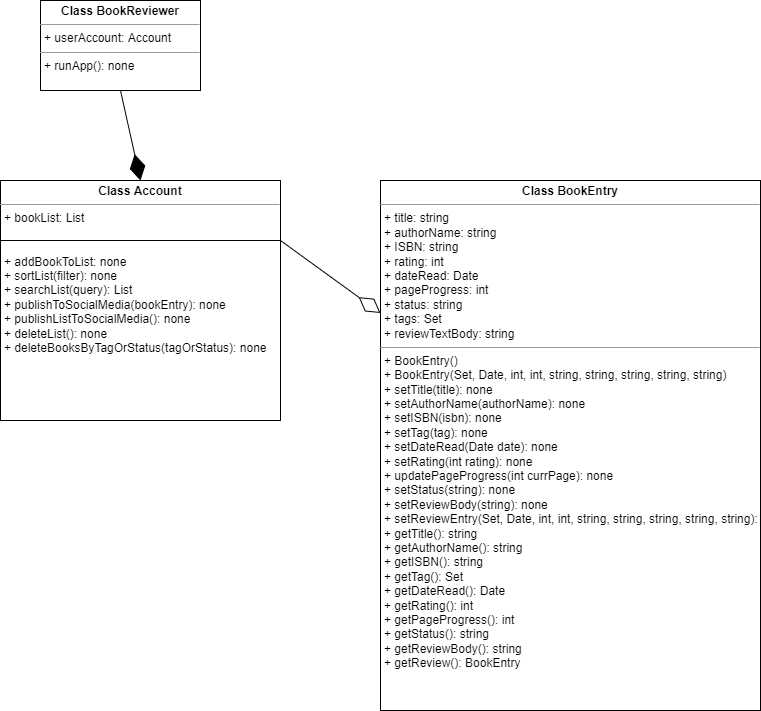
cse110-fa22-group13/cse110-fa22-group13 keeps this draw.io diagram as specs/system diagrams/inheritance.drawio.png. Above is the earlier version. Source tidied: cells renumbered, new cells last; positions are measured from the earlier drawing's top-left corner, leaving out a move shared by most shapes.
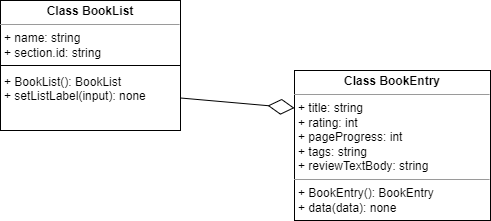
After the commit.

Commit message:
Add more documentation, fix diagrams, code clean up

Diff of the diagram source:
```diff
@@ -2,22 +2,16 @@
   <root>
     <mxCell id="0" />
     <mxCell id="1" parent="0" />
-    <mxCell id="2" value="&lt;p style=&quot;margin: 0px ; margin-top: 4px ; text-align: center&quot;&gt;&lt;b&gt;Class Account&lt;/b&gt;&lt;/p&gt;&lt;hr size=&quot;1&quot;&gt;&lt;p style=&quot;margin: 0px ; margin-left: 4px&quot;&gt;+ bookList: List&lt;br&gt;&lt;br&gt;&lt;/p&gt;&lt;p style=&quot;margin: 0px ; margin-left: 4px&quot;&gt;&lt;/p&gt;&lt;p style=&quot;margin: 0px ; margin-left: 4px&quot;&gt;&lt;span&gt;&lt;br&gt;+ addBookToList: none&lt;/span&gt;&lt;br&gt;&lt;/p&gt;&lt;p style=&quot;margin: 0px ; margin-left: 4px&quot;&gt;+ sortList(filter): none&lt;/p&gt;&lt;p style=&quot;margin: 0px ; margin-left: 4px&quot;&gt;+ searchList(query): List&lt;/p&gt;&lt;p style=&quot;margin: 0px ; margin-left: 4px&quot;&gt;+ publishToSocialMedia(bookEntry): none&lt;/p&gt;&lt;p style=&quot;margin: 0px ; margin-left: 4px&quot;&gt;+ publishListToSocialMedia(): none&lt;/p&gt;&lt;p style=&quot;margin: 0px ; margin-left: 4px&quot;&gt;+ deleteList(): none&lt;/p&gt;&lt;p style=&quot;margin: 0px ; margin-left: 4px&quot;&gt;+ deleteBooksByTagOrStatus(tagOrStatus): none&lt;/p&gt;" style="verticalAlign=top;align=left;overflow=fill;fontSize=12;fontFamily=Helvetica;html=1;" parent="1" vertex="1">
-      <mxGeometry y="180" width="280" height="240" as="geometry" />
+    <mxCell id="2" value="&lt;p style=&quot;margin: 0px ; margin-top: 4px ; text-align: center&quot;&gt;&lt;b&gt;Class BookList&lt;/b&gt;&lt;/p&gt;&lt;hr size=&quot;1&quot;&gt;&lt;p style=&quot;margin: 0px ; margin-left: 4px&quot;&gt;+ name: string&lt;br&gt;+ section.id: string&lt;br&gt;&lt;br&gt;&lt;/p&gt;&lt;p style=&quot;margin: 0px ; margin-left: 4px&quot;&gt;&lt;/p&gt;&lt;p style=&quot;margin: 0px ; margin-left: 4px&quot;&gt;&lt;span&gt;+ BookList(): BookList&lt;/span&gt;&lt;br&gt;&lt;/p&gt;&lt;p style=&quot;margin: 0px ; margin-left: 4px&quot;&gt;+ setListLabel(input): none&lt;span&gt;&lt;br&gt;&lt;/span&gt;&lt;/p&gt;&lt;p style=&quot;margin: 0px ; margin-left: 4px&quot;&gt;&lt;br&gt;&lt;/p&gt;" style="verticalAlign=top;align=left;overflow=fill;fontSize=12;fontFamily=Helvetica;html=1;" parent="1" vertex="1">
+      <mxGeometry x="80" y="120" width="180" height="130" as="geometry" />
     </mxCell>
-    <mxCell id="3" value="&lt;p style=&quot;margin: 4px 0px 0px ; text-align: center&quot;&gt;&lt;b&gt;Class BookEntry&lt;/b&gt;&lt;/p&gt;&lt;hr size=&quot;1&quot;&gt;&lt;p style=&quot;margin: 0px 0px 0px 4px&quot;&gt;+ title: string&lt;/p&gt;&lt;p style=&quot;margin: 0px 0px 0px 4px&quot;&gt;+ authorName: string&lt;/p&gt;&lt;p style=&quot;margin: 0px 0px 0px 4px&quot;&gt;+ ISBN: string&lt;/p&gt;&lt;p style=&quot;margin: 0px 0px 0px 4px&quot;&gt;+ rating: int&lt;/p&gt;&lt;p style=&quot;margin: 0px 0px 0px 4px&quot;&gt;+ dateRead: Date&lt;/p&gt;&lt;p style=&quot;margin: 0px 0px 0px 4px&quot;&gt;+ pageProgress: int&lt;/p&gt;&lt;p style=&quot;margin: 0px 0px 0px 4px&quot;&gt;+ status: string&lt;/p&gt;&lt;p style=&quot;margin: 0px 0px 0px 4px&quot;&gt;+ tags: Set&lt;br&gt;+ reviewTextBody: string&lt;/p&gt;&lt;hr size=&quot;1&quot;&gt;&lt;p style=&quot;margin: 0px 0px 0px 4px&quot;&gt;+ BookEntry()&lt;/p&gt;&lt;p style=&quot;margin: 0px 0px 0px 4px&quot;&gt;+ BookEntry(Set, Date, int, int, string, string, string, string, string)&lt;br&gt;&lt;/p&gt;&lt;p style=&quot;margin: 0px 0px 0px 4px&quot;&gt;+ setTitle(title): none&lt;/p&gt;&lt;p style=&quot;margin: 0px 0px 0px 4px&quot;&gt;+ setAuthorName(authorName): none&lt;/p&gt;&lt;p style=&quot;margin: 0px 0px 0px 4px&quot;&gt;+ setISBN(isbn): none&lt;/p&gt;&lt;p style=&quot;margin: 0px 0px 0px 4px&quot;&gt;+ setTag(tag): none&lt;br&gt;&lt;/p&gt;&lt;p style=&quot;margin: 0px 0px 0px 4px&quot;&gt;+ setDateRead(Date date): none&lt;br&gt;+ setRating(int rating): none&lt;br&gt;&lt;/p&gt;&lt;p style=&quot;margin: 0px 0px 0px 4px&quot;&gt;+ updatePageProgress(int currPage): none&lt;br&gt;&lt;/p&gt;&lt;p style=&quot;margin: 0px 0px 0px 4px&quot;&gt;+ setStatus(string): none&lt;/p&gt;&lt;p style=&quot;margin: 0px 0px 0px 4px&quot;&gt;+ setReviewBody(string): none&lt;/p&gt;&lt;p style=&quot;margin: 0px 0px 0px 4px&quot;&gt;+ setReviewEntry(Set, Date, int, int, string, string, string, string, string): none&lt;/p&gt;&lt;p style=&quot;margin: 0px 0px 0px 4px&quot;&gt;+ getTitle(): string&lt;/p&gt;&lt;p style=&quot;margin: 0px 0px 0px 4px&quot;&gt;+ getAuthorName(): string&lt;/p&gt;&lt;p style=&quot;margin: 0px 0px 0px 4px&quot;&gt;+ getISBN(): string&lt;/p&gt;&lt;p style=&quot;margin: 0px 0px 0px 4px&quot;&gt;+ getTag(): Set&lt;/p&gt;&lt;p style=&quot;margin: 0px 0px 0px 4px&quot;&gt;+ getDateRead(): Date&lt;/p&gt;&lt;p style=&quot;margin: 0px 0px 0px 4px&quot;&gt;+ getRating(): int&lt;/p&gt;&lt;p style=&quot;margin: 0px 0px 0px 4px&quot;&gt;+ getPageProgress(): int&lt;/p&gt;&lt;p style=&quot;margin: 0px 0px 0px 4px&quot;&gt;+ getStatus(): string&lt;br&gt;&lt;/p&gt;&lt;p style=&quot;margin: 0px 0px 0px 4px&quot;&gt;+ getReviewBody(): string&lt;br&gt;&lt;/p&gt;&lt;p style=&quot;margin: 0px 0px 0px 4px&quot;&gt;+ getReview(): BookEntry&lt;/p&gt;" style="verticalAlign=top;align=left;overflow=fill;fontSize=12;fontFamily=Helvetica;html=1;" parent="1" vertex="1">
-      <mxGeometry x="380" y="180" width="380" height="530" as="geometry" />
+    <mxCell id="3" value="&lt;p style=&quot;margin: 4px 0px 0px ; text-align: center&quot;&gt;&lt;b&gt;Class BookEntry&lt;/b&gt;&lt;/p&gt;&lt;hr size=&quot;1&quot;&gt;&lt;p style=&quot;margin: 0px 0px 0px 4px&quot;&gt;+ title: string&lt;/p&gt;&lt;p style=&quot;margin: 0px 0px 0px 4px&quot;&gt;+ rating: int&lt;/p&gt;&lt;p style=&quot;margin: 0px 0px 0px 4px&quot;&gt;+ pageProgress: int&lt;/p&gt;&lt;p style=&quot;margin: 0px 0px 0px 4px&quot;&gt;+ tags: string&lt;br&gt;+ reviewTextBody: string&lt;/p&gt;&lt;hr size=&quot;1&quot;&gt;&lt;p style=&quot;margin: 0px 0px 0px 4px&quot;&gt;+ BookEntry(): BookEntry&lt;/p&gt;&lt;p style=&quot;margin: 0px 0px 0px 4px&quot;&gt;+ data(data): none&lt;/p&gt;&lt;p style=&quot;margin: 0px 0px 0px 4px&quot;&gt;&lt;br&gt;&lt;/p&gt;" style="verticalAlign=top;align=left;overflow=fill;fontSize=12;fontFamily=Helvetica;html=1;" parent="1" vertex="1">
+      <mxGeometry x="374" y="190" width="196" height="150" as="geometry" />
     </mxCell>
-    <mxCell id="4" value="&lt;p style=&quot;margin:0px;margin-top:4px;text-align:center;&quot;&gt;&lt;b&gt;Class BookReviewer&lt;/b&gt;&lt;/p&gt;&lt;hr size=&quot;1&quot;&gt;&lt;p style=&quot;margin:0px;margin-left:4px;&quot;&gt;+ userAccount: Account&lt;/p&gt;&lt;hr size=&quot;1&quot;&gt;&lt;p style=&quot;margin:0px;margin-left:4px;&quot;&gt;+ runApp(): none&lt;br&gt;&lt;br&gt;&lt;br&gt;&lt;/p&gt;" style="verticalAlign=top;align=left;overflow=fill;fontSize=12;fontFamily=Helvetica;html=1;" parent="1" vertex="1">
-      <mxGeometry x="40" width="160" height="90" as="geometry" />
-    </mxCell>
-    <mxCell id="5" style="endArrow=diamondThin;endFill=1;endSize=24;html=1;rounded=0;exitX=0.5;exitY=1;exitDx=0;exitDy=0;entryX=0.5;entryY=0;entryDx=0;entryDy=0;" parent="1" edge="1" source="4" target="2">
-      <mxGeometry relative="1" as="geometry" />
-    </mxCell>
-    <mxCell id="6" style="endArrow=diamondThin;endFill=0;endSize=24;html=1;rounded=0;entryX=0;entryY=0.25;entryDx=0;entryDy=0;exitX=1;exitY=0.25;exitDx=0;exitDy=0;" parent="1" edge="1" source="2" target="3">
+    <mxCell id="6" style="endArrow=diamondThin;endFill=0;endSize=24;html=1;rounded=0;entryX=0;entryY=0.25;entryDx=0;entryDy=0;exitX=1;exitY=0.75;exitDx=0;exitDy=0;" parent="1" edge="1" source="2" target="3">
       <mxGeometry relative="1" as="geometry" />
     </mxCell>
-    <mxCell id="7" style="endArrow=none;html=1;entryX=1;entryY=0.25;entryDx=0;entryDy=0;exitX=0;exitY=0.25;exitDx=0;exitDy=0;" parent="1" edge="1" source="2" target="2">
+    <mxCell id="7" style="endArrow=none;html=1;entryX=1;entryY=0.5;entryDx=0;entryDy=0;exitX=0;exitY=0.5;exitDx=0;exitDy=0;" parent="1" edge="1" source="2" target="2">
       <mxGeometry relative="1" as="geometry" />
     </mxCell>
   </root>
```
